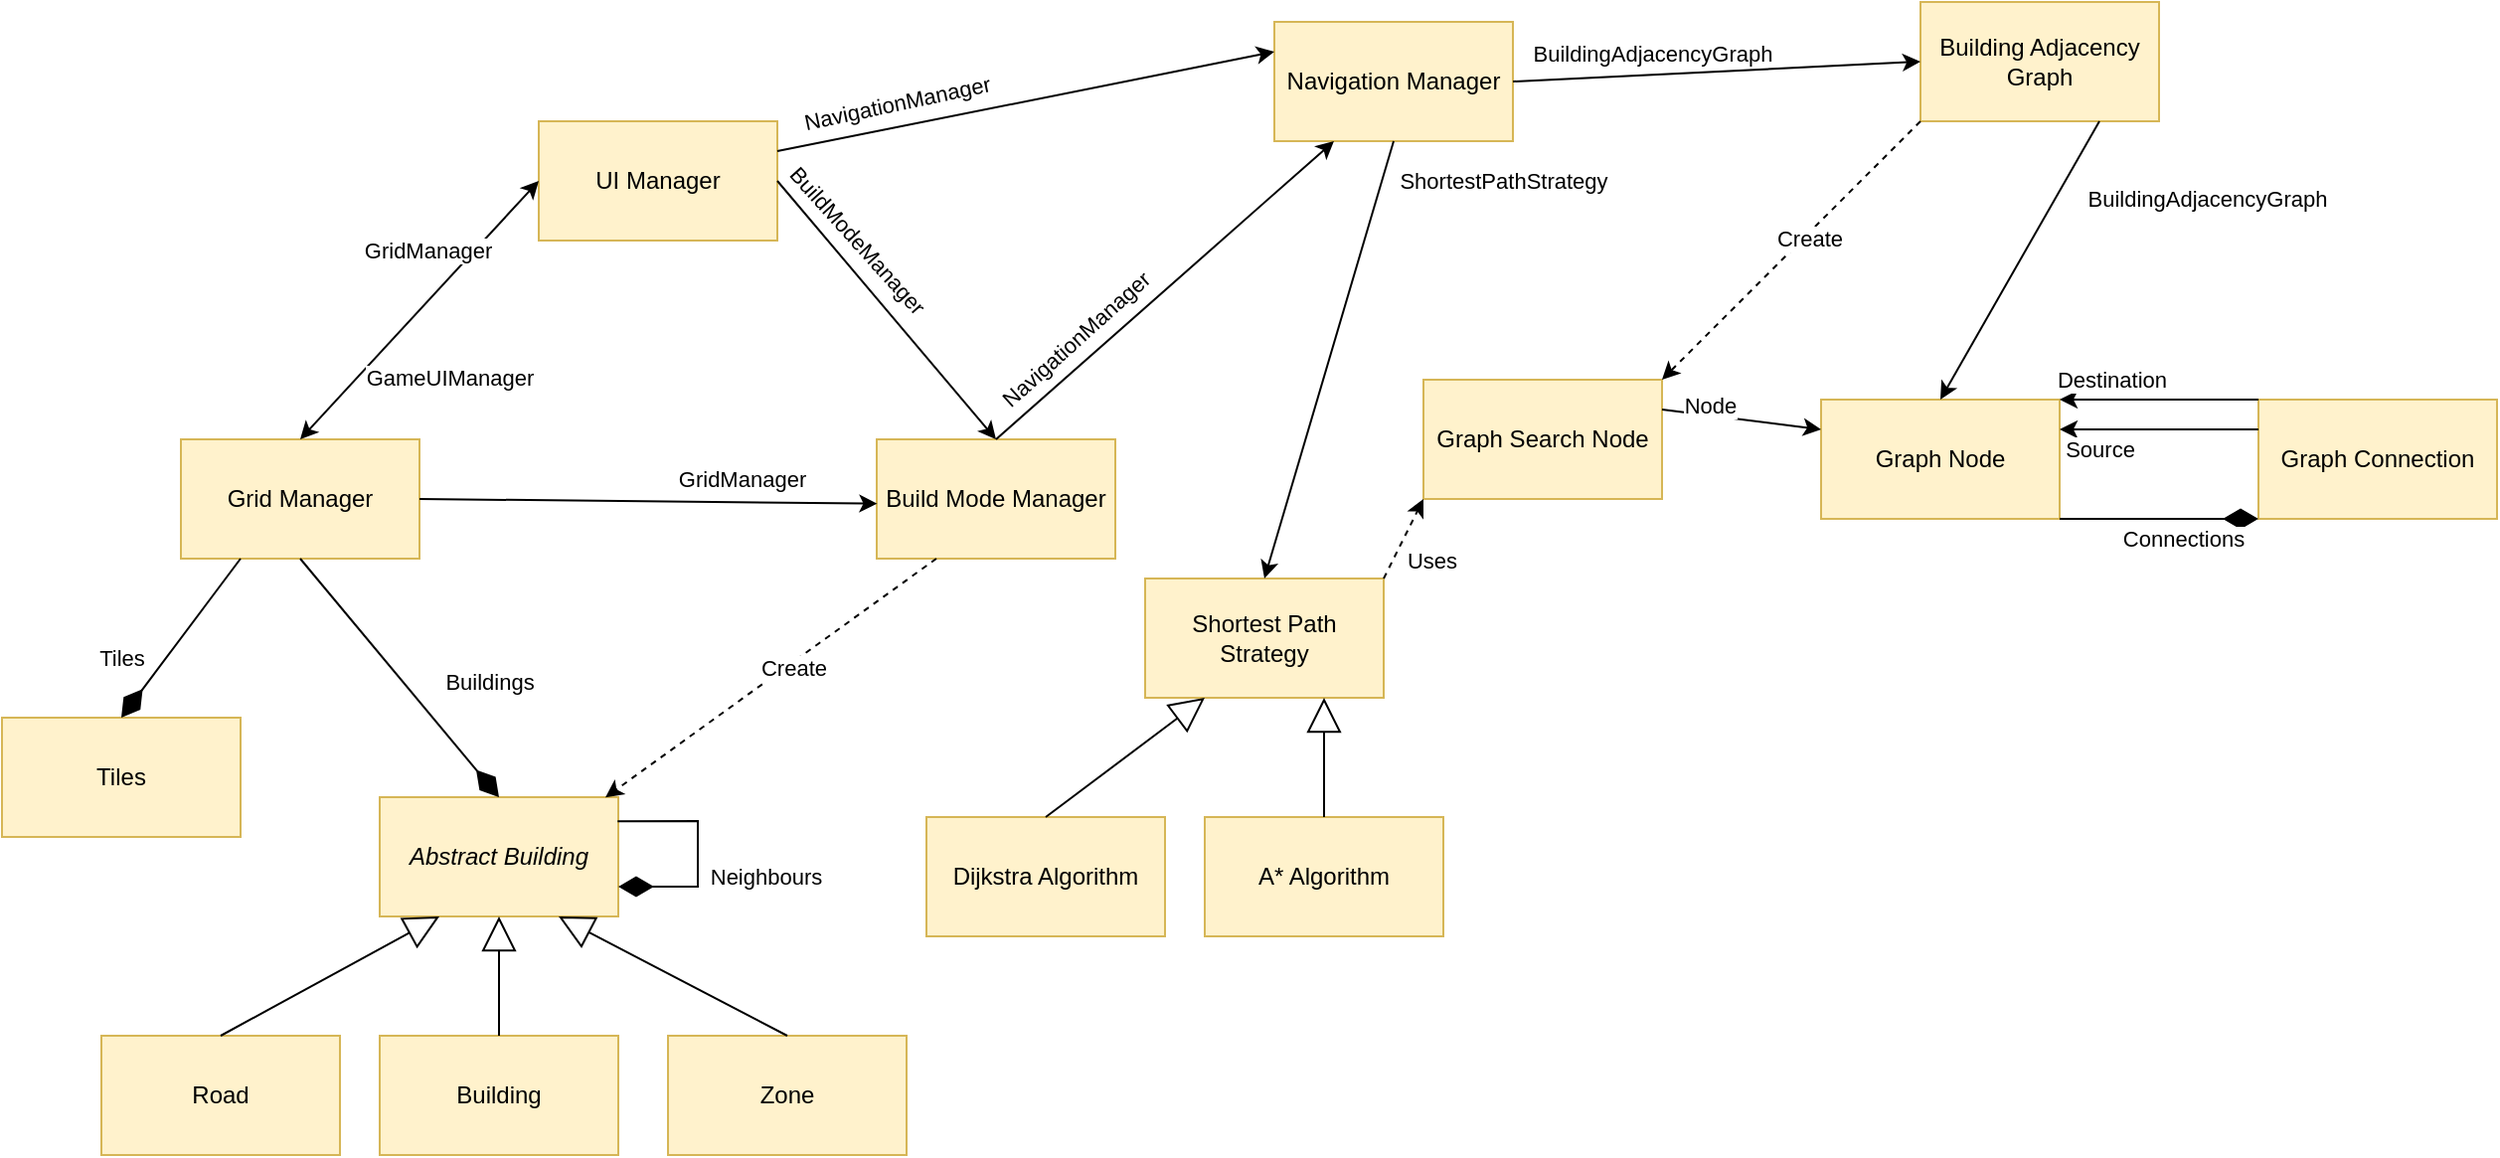
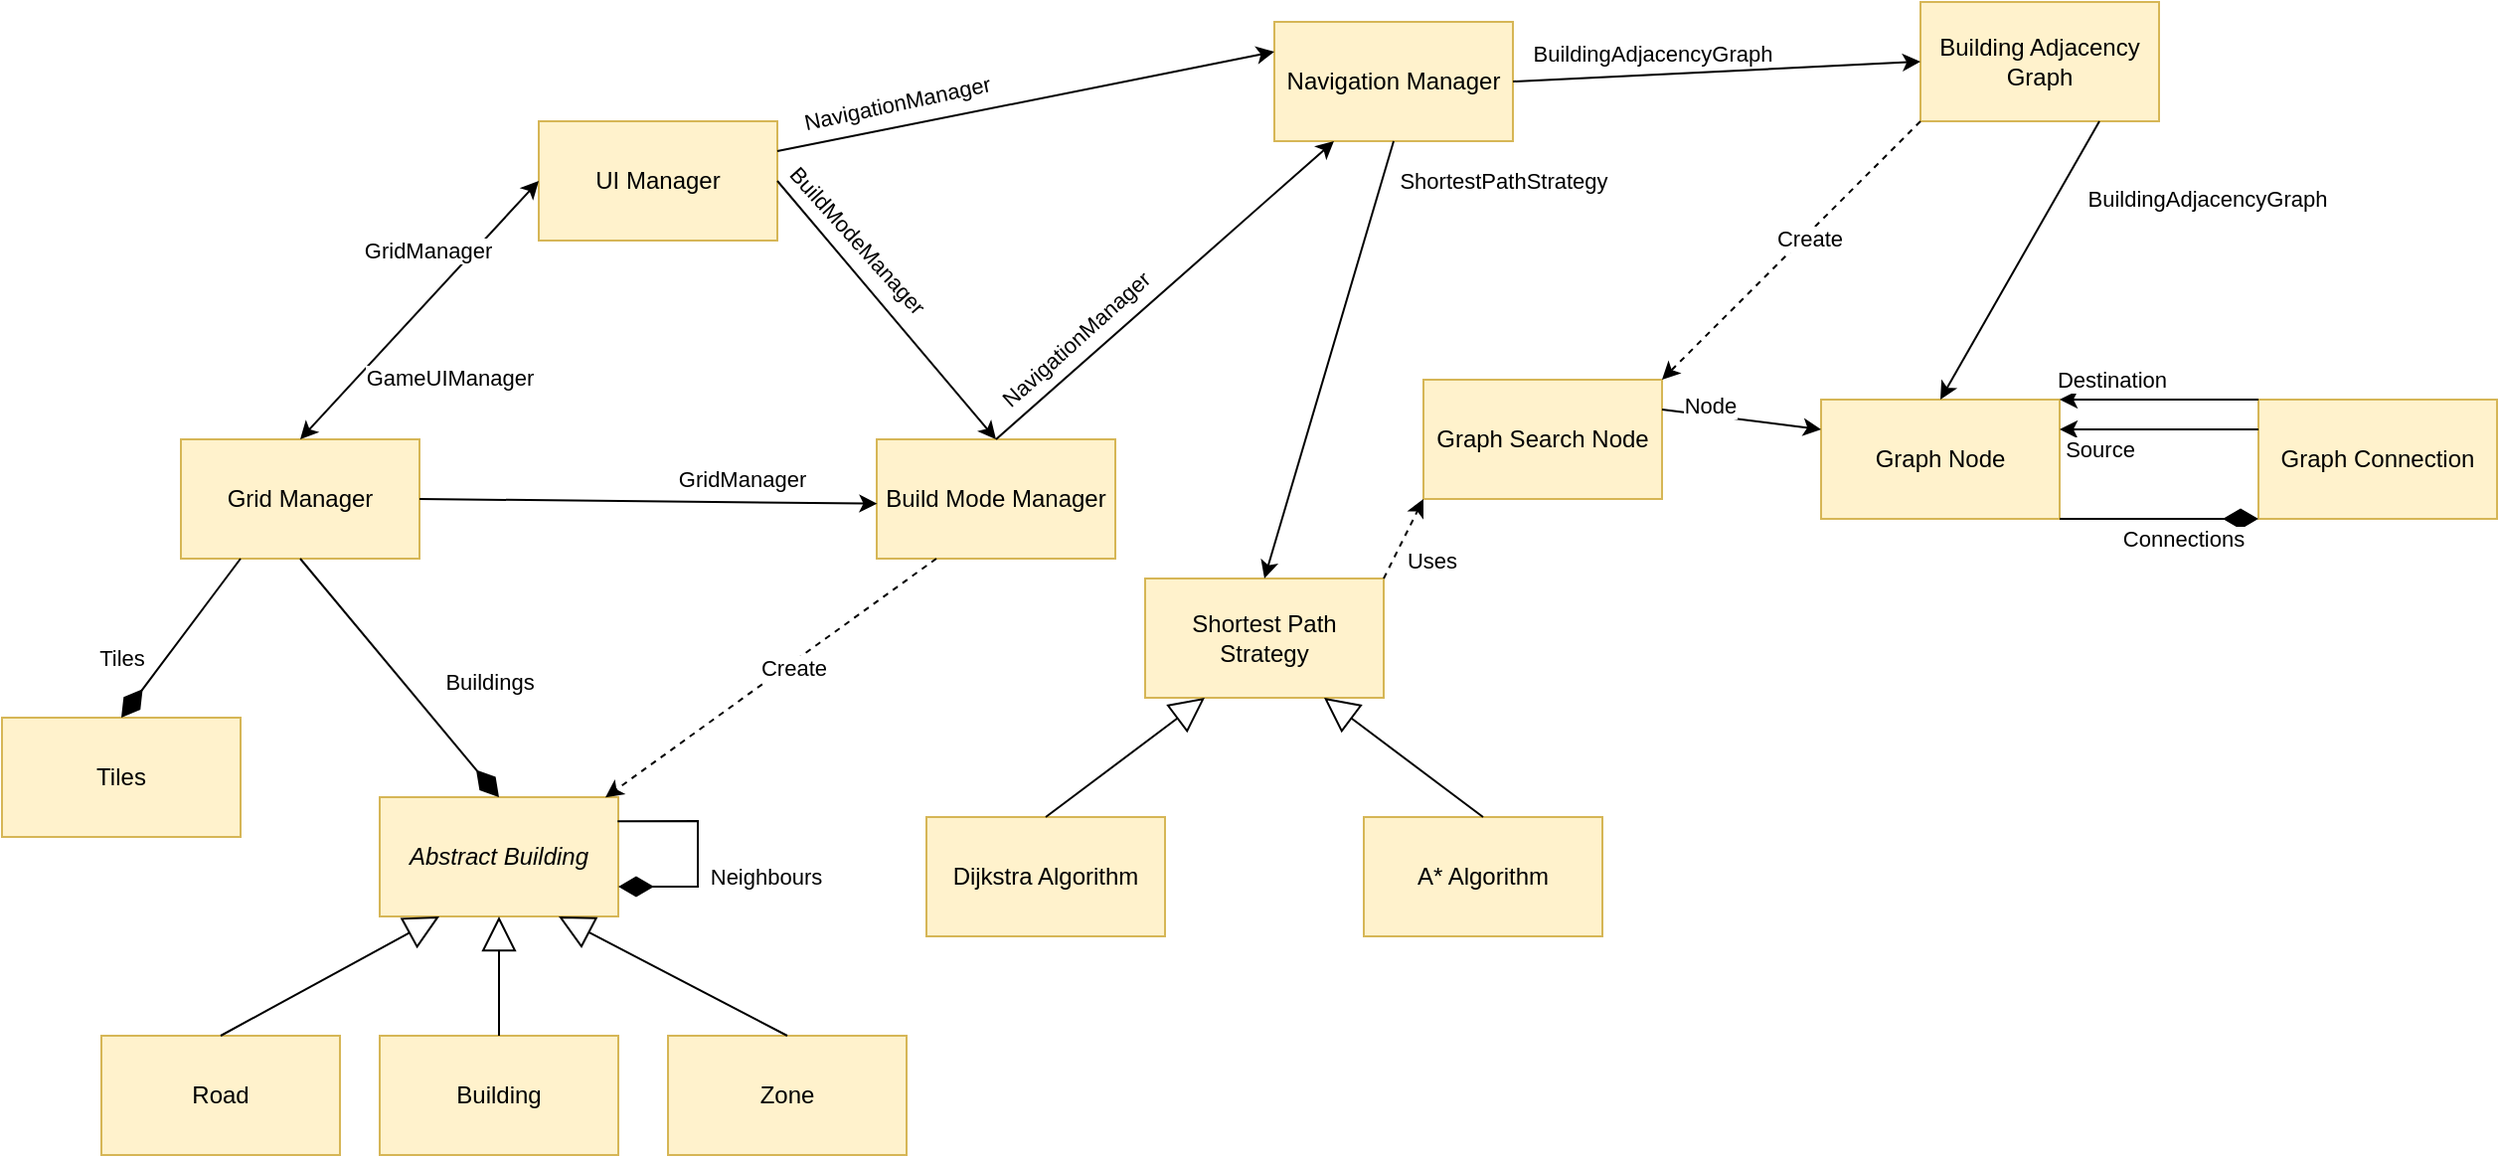
- <mxfile host="app.diagrams.net" modified="2024-05-10T14:36:00.893Z" agent="Mozilla/5.0 (Windows NT 10.0; Win64; x64) AppleWebKit/537.36 (KHTML, like Gecko) Chrome/123.0.0.0 Safari/537.36 OPR/109.0.0.0" etag="0hWiHBMKWaVh41tlTlec" version="24.3.1" type="device">
+ <mxfile host="app.diagrams.net" modified="2024-05-10T14:37:39.729Z" agent="Mozilla/5.0 (Windows NT 10.0; Win64; x64) AppleWebKit/537.36 (KHTML, like Gecko) Chrome/123.0.0.0 Safari/537.36 OPR/109.0.0.0" etag="TKkF41Wjh-Ac3gvwfyq9" version="24.3.1" type="device">
  <diagram name="Page-1" id="Mxg7_Pn0SVhMr7VX-MhE">
    <mxGraphModel dx="1368" dy="720" grid="1" gridSize="10" guides="1" tooltips="1" connect="1" arrows="1" fold="1" page="1" pageScale="1" pageWidth="850" pageHeight="1100" math="0" shadow="0">
      <root>
        <mxCell id="0" />
        <mxCell id="1" parent="0" />
        <mxCell id="WQk2sCyEjwATLZYoVRAY-1" value="Grid Manager" style="rounded=0;whiteSpace=wrap;html=1;fillColor=#fff2cc;strokeColor=#d6b656;" parent="1" vertex="1">
          <mxGeometry x="105" y="370" width="120" height="60" as="geometry" />
        </mxCell>
        <mxCell id="WQk2sCyEjwATLZYoVRAY-2" value="UI Manager" style="rounded=0;whiteSpace=wrap;html=1;fillColor=#fff2cc;strokeColor=#d6b656;" parent="1" vertex="1">
          <mxGeometry x="285" y="210" width="120" height="60" as="geometry" />
        </mxCell>
        <mxCell id="WQk2sCyEjwATLZYoVRAY-3" value="Build Mode Manager" style="rounded=0;whiteSpace=wrap;html=1;fillColor=#fff2cc;strokeColor=#d6b656;" parent="1" vertex="1">
          <mxGeometry x="455" y="370" width="120" height="60" as="geometry" />
        </mxCell>
        <mxCell id="WQk2sCyEjwATLZYoVRAY-7" value="Tiles" style="rounded=0;whiteSpace=wrap;html=1;fillColor=#fff2cc;strokeColor=#d6b656;" parent="1" vertex="1">
          <mxGeometry x="15" y="510" width="120" height="60" as="geometry" />
        </mxCell>
        <mxCell id="WQk2sCyEjwATLZYoVRAY-8" value="" style="endArrow=diamondThin;html=1;rounded=0;exitX=0.25;exitY=1;exitDx=0;exitDy=0;entryX=0.5;entryY=0;entryDx=0;entryDy=0;endFill=1;endSize=15;" parent="1" source="WQk2sCyEjwATLZYoVRAY-1" target="WQk2sCyEjwATLZYoVRAY-7" edge="1">
          <mxGeometry width="50" height="50" relative="1" as="geometry">
            <mxPoint x="275" y="420" as="sourcePoint" />
            <mxPoint x="325" y="370" as="targetPoint" />
          </mxGeometry>
        </mxCell>
        <mxCell id="b7N8K-IMO6jsdH-R55s1-48" value="Tiles" style="edgeLabel;html=1;align=center;verticalAlign=middle;resizable=0;points=[];" vertex="1" connectable="0" parent="WQk2sCyEjwATLZYoVRAY-8">
          <mxGeometry x="-0.2627" y="-3" relative="1" as="geometry">
            <mxPoint x="-36" y="22" as="offset" />
          </mxGeometry>
        </mxCell>
        <mxCell id="WQk2sCyEjwATLZYoVRAY-20" value="&lt;i&gt;Abstract Building&lt;/i&gt;" style="rounded=0;whiteSpace=wrap;html=1;fillColor=#fff2cc;strokeColor=#d6b656;" parent="1" vertex="1">
          <mxGeometry x="205" y="550" width="120" height="60" as="geometry" />
        </mxCell>
        <mxCell id="WQk2sCyEjwATLZYoVRAY-23" value="Road" style="rounded=0;whiteSpace=wrap;html=1;fillColor=#fff2cc;strokeColor=#d6b656;" parent="1" vertex="1">
          <mxGeometry x="65" y="670" width="120" height="60" as="geometry" />
        </mxCell>
        <mxCell id="WQk2sCyEjwATLZYoVRAY-24" value="Building" style="rounded=0;whiteSpace=wrap;html=1;fillColor=#fff2cc;strokeColor=#d6b656;" parent="1" vertex="1">
          <mxGeometry x="205" y="670" width="120" height="60" as="geometry" />
        </mxCell>
        <mxCell id="WQk2sCyEjwATLZYoVRAY-25" value="Zone" style="rounded=0;whiteSpace=wrap;html=1;fillColor=#fff2cc;strokeColor=#d6b656;" parent="1" vertex="1">
          <mxGeometry x="350" y="670" width="120" height="60" as="geometry" />
        </mxCell>
        <mxCell id="WQk2sCyEjwATLZYoVRAY-29" value="" style="endArrow=none;html=1;rounded=0;exitX=0.25;exitY=1;exitDx=0;exitDy=0;entryX=0.5;entryY=0;entryDx=0;entryDy=0;endFill=0;startArrow=block;startFill=0;endSize=15;startSize=15;" parent="1" source="WQk2sCyEjwATLZYoVRAY-20" target="WQk2sCyEjwATLZYoVRAY-23" edge="1">
          <mxGeometry width="50" height="50" relative="1" as="geometry">
            <mxPoint x="305" y="830" as="sourcePoint" />
            <mxPoint x="355" y="780" as="targetPoint" />
          </mxGeometry>
        </mxCell>
        <mxCell id="WQk2sCyEjwATLZYoVRAY-30" value="" style="endArrow=none;html=1;rounded=0;exitX=0.5;exitY=1;exitDx=0;exitDy=0;entryX=0.5;entryY=0;entryDx=0;entryDy=0;startArrow=block;startFill=0;endFill=0;endSize=15;startSize=15;" parent="1" source="WQk2sCyEjwATLZYoVRAY-20" target="WQk2sCyEjwATLZYoVRAY-24" edge="1">
          <mxGeometry width="50" height="50" relative="1" as="geometry">
            <mxPoint x="425" y="680" as="sourcePoint" />
            <mxPoint x="245" y="710" as="targetPoint" />
          </mxGeometry>
        </mxCell>
        <mxCell id="WQk2sCyEjwATLZYoVRAY-31" value="" style="endArrow=none;html=1;rounded=0;exitX=0.75;exitY=1;exitDx=0;exitDy=0;entryX=0.5;entryY=0;entryDx=0;entryDy=0;startArrow=block;startFill=0;endFill=0;endSize=15;startSize=15;" parent="1" source="WQk2sCyEjwATLZYoVRAY-20" target="WQk2sCyEjwATLZYoVRAY-25" edge="1">
          <mxGeometry width="50" height="50" relative="1" as="geometry">
            <mxPoint x="375" y="830" as="sourcePoint" />
            <mxPoint x="425" y="780" as="targetPoint" />
          </mxGeometry>
        </mxCell>
        <mxCell id="b7N8K-IMO6jsdH-R55s1-10" value="" style="endArrow=diamondThin;html=1;rounded=0;exitX=0.5;exitY=1;exitDx=0;exitDy=0;entryX=0.5;entryY=0;entryDx=0;entryDy=0;endFill=1;startSize=23;endSize=15;" edge="1" parent="1" source="WQk2sCyEjwATLZYoVRAY-1" target="WQk2sCyEjwATLZYoVRAY-20">
          <mxGeometry width="50" height="50" relative="1" as="geometry">
            <mxPoint x="205" y="510" as="sourcePoint" />
            <mxPoint x="255" y="460" as="targetPoint" />
          </mxGeometry>
        </mxCell>
        <mxCell id="b7N8K-IMO6jsdH-R55s1-11" value="&lt;span style=&quot;color: rgba(0, 0, 0, 0); font-family: monospace; font-size: 0px; text-align: start; background-color: rgb(251, 251, 251);&quot;&gt;%3CmxGraphModel%3E%3Croot%3E%3CmxCell%20id%3D%220%22%2F%3E%3CmxCell%20id%3D%221%22%20parent%3D%220%22%2F%3E%3CmxCell%20id%3D%222%22%20value%3D%22Stores%22%20style%3D%22edgeLabel%3Bhtml%3D1%3Balign%3Dcenter%3BverticalAlign%3Dmiddle%3Bresizable%3D0%3Bpoints%3D%5B%5D%3B%22%20vertex%3D%221%22%20connectable%3D%220%22%20parent%3D%221%22%3E%3CmxGeometry%20x%3D%2241.54648858596329%22%20y%3D%22283.6299650990096%22%20as%3D%22geometry%22%2F%3E%3C%2FmxCell%3E%3C%2Froot%3E%3C%2FmxGraphModel%3E&lt;/span&gt;&lt;span style=&quot;color: rgba(0, 0, 0, 0); font-family: monospace; font-size: 0px; text-align: start; background-color: rgb(251, 251, 251);&quot;&gt;%3CmxGraphModel%3E%3Croot%3E%3CmxCell%20id%3D%220%22%2F%3E%3CmxCell%20id%3D%221%22%20parent%3D%220%22%2F%3E%3CmxCell%20id%3D%222%22%20value%3D%22Stores%22%20style%3D%22edgeLabel%3Bhtml%3D1%3Balign%3Dcenter%3BverticalAlign%3Dmiddle%3Bresizable%3D0%3Bpoints%3D%5B%5D%3B%22%20vertex%3D%221%22%20connectable%3D%220%22%20parent%3D%221%22%3E%3CmxGeometry%20x%3D%2241.54648858596329%22%20y%3D%22283.6299650990096%22%20as%3D%22geometry%22%2F%3E%3C%2FmxCell%3E%3C%2Froot%3E%3C%2FmxGraphModel%3ES&lt;/span&gt;" style="edgeLabel;html=1;align=center;verticalAlign=middle;resizable=0;points=[];" vertex="1" connectable="0" parent="b7N8K-IMO6jsdH-R55s1-10">
          <mxGeometry x="-0.1154" y="2" relative="1" as="geometry">
            <mxPoint as="offset" />
          </mxGeometry>
        </mxCell>
        <mxCell id="b7N8K-IMO6jsdH-R55s1-12" value="Buildings" style="edgeLabel;html=1;align=center;verticalAlign=middle;resizable=0;points=[];" vertex="1" connectable="0" parent="b7N8K-IMO6jsdH-R55s1-10">
          <mxGeometry x="-0.1208" y="2" relative="1" as="geometry">
            <mxPoint x="49" y="10" as="offset" />
          </mxGeometry>
        </mxCell>
        <mxCell id="b7N8K-IMO6jsdH-R55s1-13" value="Navigation Manager" style="rounded=0;whiteSpace=wrap;html=1;fillColor=#fff2cc;strokeColor=#d6b656;" vertex="1" parent="1">
          <mxGeometry x="655" y="160" width="120" height="60" as="geometry" />
        </mxCell>
        <mxCell id="b7N8K-IMO6jsdH-R55s1-14" value="Shortest Path Strategy" style="rounded=0;whiteSpace=wrap;html=1;fillColor=#fff2cc;strokeColor=#d6b656;" vertex="1" parent="1">
          <mxGeometry x="590" y="440" width="120" height="60" as="geometry" />
        </mxCell>
        <mxCell id="b7N8K-IMO6jsdH-R55s1-19" value="" style="endArrow=classic;html=1;rounded=0;exitX=0.25;exitY=1;exitDx=0;exitDy=0;entryX=0.946;entryY=0.002;entryDx=0;entryDy=0;entryPerimeter=0;dashed=1;" edge="1" parent="1" source="WQk2sCyEjwATLZYoVRAY-3" target="WQk2sCyEjwATLZYoVRAY-20">
          <mxGeometry width="50" height="50" relative="1" as="geometry">
            <mxPoint x="25" y="390" as="sourcePoint" />
            <mxPoint x="155" y="620" as="targetPoint" />
          </mxGeometry>
        </mxCell>
        <mxCell id="b7N8K-IMO6jsdH-R55s1-20" value="&lt;span style=&quot;color: rgba(0, 0, 0, 0); font-family: monospace; font-size: 0px; text-align: start; background-color: rgb(251, 251, 251);&quot;&gt;%3CmxGraphModel%3E%3Croot%3E%3CmxCell%20id%3D%220%22%2F%3E%3CmxCell%20id%3D%221%22%20parent%3D%220%22%2F%3E%3CmxCell%20id%3D%222%22%20value%3D%22Stores%22%20style%3D%22edgeLabel%3Bhtml%3D1%3Balign%3Dcenter%3BverticalAlign%3Dmiddle%3Bresizable%3D0%3Bpoints%3D%5B%5D%3B%22%20vertex%3D%221%22%20connectable%3D%220%22%20parent%3D%221%22%3E%3CmxGeometry%20x%3D%2241.54648858596329%22%20y%3D%22283.6299650990096%22%20as%3D%22geometry%22%2F%3E%3C%2FmxCell%3E%3C%2Froot%3E%3C%2FmxGraphModel%3E&lt;/span&gt;&lt;span style=&quot;color: rgba(0, 0, 0, 0); font-family: monospace; font-size: 0px; text-align: start; background-color: rgb(251, 251, 251);&quot;&gt;%3CmxGraphModel%3E%3Croot%3E%3CmxCell%20id%3D%220%22%2F%3E%3CmxCell%20id%3D%221%22%20parent%3D%220%22%2F%3E%3CmxCell%20id%3D%222%22%20value%3D%22Stores%22%20style%3D%22edgeLabel%3Bhtml%3D1%3Balign%3Dcenter%3BverticalAlign%3Dmiddle%3Bresizable%3D0%3Bpoints%3D%5B%5D%3B%22%20vertex%3D%221%22%20connectable%3D%220%22%20parent%3D%221%22%3E%3CmxGeometry%20x%3D%2241.54648858596329%22%20y%3D%22283.6299650990096%22%20as%3D%22geometry%22%2F%3E%3C%2FmxCell%3E%3C%2Froot%3E%3C%2FmxGraphModel%3ES&lt;/span&gt;" style="edgeLabel;html=1;align=center;verticalAlign=middle;resizable=0;points=[];" vertex="1" connectable="0" parent="b7N8K-IMO6jsdH-R55s1-19">
          <mxGeometry x="-0.1154" y="2" relative="1" as="geometry">
            <mxPoint as="offset" />
          </mxGeometry>
        </mxCell>
        <mxCell id="b7N8K-IMO6jsdH-R55s1-21" value="Create" style="edgeLabel;html=1;align=center;verticalAlign=middle;resizable=0;points=[];" vertex="1" connectable="0" parent="b7N8K-IMO6jsdH-R55s1-19">
          <mxGeometry x="-0.1208" y="2" relative="1" as="geometry">
            <mxPoint as="offset" />
          </mxGeometry>
        </mxCell>
        <mxCell id="b7N8K-IMO6jsdH-R55s1-22" value="" style="endArrow=classic;html=1;rounded=0;exitX=0.5;exitY=0;exitDx=0;exitDy=0;entryX=0;entryY=0.5;entryDx=0;entryDy=0;startArrow=classic;startFill=1;" edge="1" parent="1" source="WQk2sCyEjwATLZYoVRAY-1" target="WQk2sCyEjwATLZYoVRAY-2">
          <mxGeometry width="50" height="50" relative="1" as="geometry">
            <mxPoint x="25" y="390" as="sourcePoint" />
            <mxPoint x="155" y="620" as="targetPoint" />
          </mxGeometry>
        </mxCell>
        <mxCell id="b7N8K-IMO6jsdH-R55s1-23" value="&lt;span style=&quot;color: rgba(0, 0, 0, 0); font-family: monospace; font-size: 0px; text-align: start; background-color: rgb(251, 251, 251);&quot;&gt;%3CmxGraphModel%3E%3Croot%3E%3CmxCell%20id%3D%220%22%2F%3E%3CmxCell%20id%3D%221%22%20parent%3D%220%22%2F%3E%3CmxCell%20id%3D%222%22%20value%3D%22Stores%22%20style%3D%22edgeLabel%3Bhtml%3D1%3Balign%3Dcenter%3BverticalAlign%3Dmiddle%3Bresizable%3D0%3Bpoints%3D%5B%5D%3B%22%20vertex%3D%221%22%20connectable%3D%220%22%20parent%3D%221%22%3E%3CmxGeometry%20x%3D%2241.54648858596329%22%20y%3D%22283.6299650990096%22%20as%3D%22geometry%22%2F%3E%3C%2FmxCell%3E%3C%2Froot%3E%3C%2FmxGraphModel%3E&lt;/span&gt;&lt;span style=&quot;color: rgba(0, 0, 0, 0); font-family: monospace; font-size: 0px; text-align: start; background-color: rgb(251, 251, 251);&quot;&gt;%3CmxGraphModel%3E%3Croot%3E%3CmxCell%20id%3D%220%22%2F%3E%3CmxCell%20id%3D%221%22%20parent%3D%220%22%2F%3E%3CmxCell%20id%3D%222%22%20value%3D%22Stores%22%20style%3D%22edgeLabel%3Bhtml%3D1%3Balign%3Dcenter%3BverticalAlign%3Dmiddle%3Bresizable%3D0%3Bpoints%3D%5B%5D%3B%22%20vertex%3D%221%22%20connectable%3D%220%22%20parent%3D%221%22%3E%3CmxGeometry%20x%3D%2241.54648858596329%22%20y%3D%22283.6299650990096%22%20as%3D%22geometry%22%2F%3E%3C%2FmxCell%3E%3C%2Froot%3E%3C%2FmxGraphModel%3ES&lt;/span&gt;" style="edgeLabel;html=1;align=center;verticalAlign=middle;resizable=0;points=[];" vertex="1" connectable="0" parent="b7N8K-IMO6jsdH-R55s1-22">
          <mxGeometry x="-0.1154" y="2" relative="1" as="geometry">
            <mxPoint as="offset" />
          </mxGeometry>
        </mxCell>
        <mxCell id="b7N8K-IMO6jsdH-R55s1-24" value="GameUIManager" style="edgeLabel;html=1;align=center;verticalAlign=middle;resizable=0;points=[];" vertex="1" connectable="0" parent="b7N8K-IMO6jsdH-R55s1-22">
          <mxGeometry x="-0.1208" y="2" relative="1" as="geometry">
            <mxPoint x="23" y="27" as="offset" />
          </mxGeometry>
        </mxCell>
        <mxCell id="b7N8K-IMO6jsdH-R55s1-49" value="GridManager" style="edgeLabel;html=1;align=center;verticalAlign=middle;resizable=0;points=[];" vertex="1" connectable="0" parent="b7N8K-IMO6jsdH-R55s1-22">
          <mxGeometry x="-0.3953" y="-3" relative="1" as="geometry">
            <mxPoint x="25" y="-58" as="offset" />
          </mxGeometry>
        </mxCell>
        <mxCell id="b7N8K-IMO6jsdH-R55s1-25" value="" style="endArrow=classic;html=1;rounded=0;startArrow=none;startFill=0;entryX=0.002;entryY=0.539;entryDx=0;entryDy=0;exitX=1;exitY=0.5;exitDx=0;exitDy=0;entryPerimeter=0;" edge="1" parent="1" source="WQk2sCyEjwATLZYoVRAY-1" target="WQk2sCyEjwATLZYoVRAY-3">
          <mxGeometry width="50" height="50" relative="1" as="geometry">
            <mxPoint x="205" y="350" as="sourcePoint" />
            <mxPoint x="435" y="380" as="targetPoint" />
          </mxGeometry>
        </mxCell>
        <mxCell id="b7N8K-IMO6jsdH-R55s1-26" value="&lt;span style=&quot;color: rgba(0, 0, 0, 0); font-family: monospace; font-size: 0px; text-align: start; background-color: rgb(251, 251, 251);&quot;&gt;%3CmxGraphModel%3E%3Croot%3E%3CmxCell%20id%3D%220%22%2F%3E%3CmxCell%20id%3D%221%22%20parent%3D%220%22%2F%3E%3CmxCell%20id%3D%222%22%20value%3D%22Stores%22%20style%3D%22edgeLabel%3Bhtml%3D1%3Balign%3Dcenter%3BverticalAlign%3Dmiddle%3Bresizable%3D0%3Bpoints%3D%5B%5D%3B%22%20vertex%3D%221%22%20connectable%3D%220%22%20parent%3D%221%22%3E%3CmxGeometry%20x%3D%2241.54648858596329%22%20y%3D%22283.6299650990096%22%20as%3D%22geometry%22%2F%3E%3C%2FmxCell%3E%3C%2Froot%3E%3C%2FmxGraphModel%3E&lt;/span&gt;&lt;span style=&quot;color: rgba(0, 0, 0, 0); font-family: monospace; font-size: 0px; text-align: start; background-color: rgb(251, 251, 251);&quot;&gt;%3CmxGraphModel%3E%3Croot%3E%3CmxCell%20id%3D%220%22%2F%3E%3CmxCell%20id%3D%221%22%20parent%3D%220%22%2F%3E%3CmxCell%20id%3D%222%22%20value%3D%22Stores%22%20style%3D%22edgeLabel%3Bhtml%3D1%3Balign%3Dcenter%3BverticalAlign%3Dmiddle%3Bresizable%3D0%3Bpoints%3D%5B%5D%3B%22%20vertex%3D%221%22%20connectable%3D%220%22%20parent%3D%221%22%3E%3CmxGeometry%20x%3D%2241.54648858596329%22%20y%3D%22283.6299650990096%22%20as%3D%22geometry%22%2F%3E%3C%2FmxCell%3E%3C%2Froot%3E%3C%2FmxGraphModel%3ES&lt;/span&gt;" style="edgeLabel;html=1;align=center;verticalAlign=middle;resizable=0;points=[];" vertex="1" connectable="0" parent="b7N8K-IMO6jsdH-R55s1-25">
          <mxGeometry x="-0.1154" y="2" relative="1" as="geometry">
            <mxPoint as="offset" />
          </mxGeometry>
        </mxCell>
        <mxCell id="b7N8K-IMO6jsdH-R55s1-27" value="GridManager" style="edgeLabel;html=1;align=center;verticalAlign=middle;resizable=0;points=[];" vertex="1" connectable="0" parent="b7N8K-IMO6jsdH-R55s1-25">
          <mxGeometry x="-0.1208" y="2" relative="1" as="geometry">
            <mxPoint x="61" y="-9" as="offset" />
          </mxGeometry>
        </mxCell>
        <mxCell id="b7N8K-IMO6jsdH-R55s1-31" value="" style="endArrow=classic;html=1;rounded=0;exitX=1;exitY=0.5;exitDx=0;exitDy=0;entryX=0.5;entryY=0;entryDx=0;entryDy=0;" edge="1" parent="1" source="WQk2sCyEjwATLZYoVRAY-2" target="WQk2sCyEjwATLZYoVRAY-3">
          <mxGeometry width="50" height="50" relative="1" as="geometry">
            <mxPoint x="345" y="385" as="sourcePoint" />
            <mxPoint x="585" y="275" as="targetPoint" />
          </mxGeometry>
        </mxCell>
        <mxCell id="b7N8K-IMO6jsdH-R55s1-32" value="&lt;span style=&quot;color: rgba(0, 0, 0, 0); font-family: monospace; font-size: 0px; text-align: start; background-color: rgb(251, 251, 251);&quot;&gt;%3CmxGraphModel%3E%3Croot%3E%3CmxCell%20id%3D%220%22%2F%3E%3CmxCell%20id%3D%221%22%20parent%3D%220%22%2F%3E%3CmxCell%20id%3D%222%22%20value%3D%22Stores%22%20style%3D%22edgeLabel%3Bhtml%3D1%3Balign%3Dcenter%3BverticalAlign%3Dmiddle%3Bresizable%3D0%3Bpoints%3D%5B%5D%3B%22%20vertex%3D%221%22%20connectable%3D%220%22%20parent%3D%221%22%3E%3CmxGeometry%20x%3D%2241.54648858596329%22%20y%3D%22283.6299650990096%22%20as%3D%22geometry%22%2F%3E%3C%2FmxCell%3E%3C%2Froot%3E%3C%2FmxGraphModel%3E&lt;/span&gt;&lt;span style=&quot;color: rgba(0, 0, 0, 0); font-family: monospace; font-size: 0px; text-align: start; background-color: rgb(251, 251, 251);&quot;&gt;%3CmxGraphModel%3E%3Croot%3E%3CmxCell%20id%3D%220%22%2F%3E%3CmxCell%20id%3D%221%22%20parent%3D%220%22%2F%3E%3CmxCell%20id%3D%222%22%20value%3D%22Stores%22%20style%3D%22edgeLabel%3Bhtml%3D1%3Balign%3Dcenter%3BverticalAlign%3Dmiddle%3Bresizable%3D0%3Bpoints%3D%5B%5D%3B%22%20vertex%3D%221%22%20connectable%3D%220%22%20parent%3D%221%22%3E%3CmxGeometry%20x%3D%2241.54648858596329%22%20y%3D%22283.6299650990096%22%20as%3D%22geometry%22%2F%3E%3C%2FmxCell%3E%3C%2Froot%3E%3C%2FmxGraphModel%3ES&lt;/span&gt;" style="edgeLabel;html=1;align=center;verticalAlign=middle;resizable=0;points=[];" vertex="1" connectable="0" parent="b7N8K-IMO6jsdH-R55s1-31">
          <mxGeometry x="-0.1154" y="2" relative="1" as="geometry">
            <mxPoint as="offset" />
          </mxGeometry>
        </mxCell>
        <mxCell id="b7N8K-IMO6jsdH-R55s1-52" value="BuildModeManager" style="edgeLabel;html=1;align=center;verticalAlign=middle;resizable=0;points=[];rotation=48;" vertex="1" connectable="0" parent="b7N8K-IMO6jsdH-R55s1-31">
          <mxGeometry x="-0.5992" y="2" relative="1" as="geometry">
            <mxPoint x="17" y="5" as="offset" />
          </mxGeometry>
        </mxCell>
        <mxCell id="b7N8K-IMO6jsdH-R55s1-35" value="" style="endArrow=classic;html=1;rounded=0;exitX=1;exitY=0.25;exitDx=0;exitDy=0;entryX=0;entryY=0.25;entryDx=0;entryDy=0;" edge="1" parent="1" source="WQk2sCyEjwATLZYoVRAY-2" target="b7N8K-IMO6jsdH-R55s1-13">
          <mxGeometry width="50" height="50" relative="1" as="geometry">
            <mxPoint x="285" y="270" as="sourcePoint" />
            <mxPoint x="525" y="160" as="targetPoint" />
          </mxGeometry>
        </mxCell>
        <mxCell id="b7N8K-IMO6jsdH-R55s1-36" value="&lt;span style=&quot;color: rgba(0, 0, 0, 0); font-family: monospace; font-size: 0px; text-align: start; background-color: rgb(251, 251, 251);&quot;&gt;%3CmxGraphModel%3E%3Croot%3E%3CmxCell%20id%3D%220%22%2F%3E%3CmxCell%20id%3D%221%22%20parent%3D%220%22%2F%3E%3CmxCell%20id%3D%222%22%20value%3D%22Stores%22%20style%3D%22edgeLabel%3Bhtml%3D1%3Balign%3Dcenter%3BverticalAlign%3Dmiddle%3Bresizable%3D0%3Bpoints%3D%5B%5D%3B%22%20vertex%3D%221%22%20connectable%3D%220%22%20parent%3D%221%22%3E%3CmxGeometry%20x%3D%2241.54648858596329%22%20y%3D%22283.6299650990096%22%20as%3D%22geometry%22%2F%3E%3C%2FmxCell%3E%3C%2Froot%3E%3C%2FmxGraphModel%3E&lt;/span&gt;&lt;span style=&quot;color: rgba(0, 0, 0, 0); font-family: monospace; font-size: 0px; text-align: start; background-color: rgb(251, 251, 251);&quot;&gt;%3CmxGraphModel%3E%3Croot%3E%3CmxCell%20id%3D%220%22%2F%3E%3CmxCell%20id%3D%221%22%20parent%3D%220%22%2F%3E%3CmxCell%20id%3D%222%22%20value%3D%22Stores%22%20style%3D%22edgeLabel%3Bhtml%3D1%3Balign%3Dcenter%3BverticalAlign%3Dmiddle%3Bresizable%3D0%3Bpoints%3D%5B%5D%3B%22%20vertex%3D%221%22%20connectable%3D%220%22%20parent%3D%221%22%3E%3CmxGeometry%20x%3D%2241.54648858596329%22%20y%3D%22283.6299650990096%22%20as%3D%22geometry%22%2F%3E%3C%2FmxCell%3E%3C%2Froot%3E%3C%2FmxGraphModel%3ES&lt;/span&gt;" style="edgeLabel;html=1;align=center;verticalAlign=middle;resizable=0;points=[];" vertex="1" connectable="0" parent="b7N8K-IMO6jsdH-R55s1-35">
          <mxGeometry x="-0.1154" y="2" relative="1" as="geometry">
            <mxPoint as="offset" />
          </mxGeometry>
        </mxCell>
        <mxCell id="b7N8K-IMO6jsdH-R55s1-37" value="NavigationManager" style="edgeLabel;html=1;align=center;verticalAlign=middle;resizable=0;points=[];rotation=348;" vertex="1" connectable="0" parent="b7N8K-IMO6jsdH-R55s1-35">
          <mxGeometry x="-0.1208" y="2" relative="1" as="geometry">
            <mxPoint x="-50" as="offset" />
          </mxGeometry>
        </mxCell>
        <mxCell id="b7N8K-IMO6jsdH-R55s1-38" value="" style="endArrow=classic;html=1;rounded=0;exitX=0.5;exitY=0;exitDx=0;exitDy=0;entryX=0.25;entryY=1;entryDx=0;entryDy=0;" edge="1" parent="1" source="WQk2sCyEjwATLZYoVRAY-3" target="b7N8K-IMO6jsdH-R55s1-13">
          <mxGeometry width="50" height="50" relative="1" as="geometry">
            <mxPoint x="415" y="265" as="sourcePoint" />
            <mxPoint x="514" y="360" as="targetPoint" />
          </mxGeometry>
        </mxCell>
        <mxCell id="b7N8K-IMO6jsdH-R55s1-39" value="&lt;span style=&quot;color: rgba(0, 0, 0, 0); font-family: monospace; font-size: 0px; text-align: start; background-color: rgb(251, 251, 251);&quot;&gt;%3CmxGraphModel%3E%3Croot%3E%3CmxCell%20id%3D%220%22%2F%3E%3CmxCell%20id%3D%221%22%20parent%3D%220%22%2F%3E%3CmxCell%20id%3D%222%22%20value%3D%22Stores%22%20style%3D%22edgeLabel%3Bhtml%3D1%3Balign%3Dcenter%3BverticalAlign%3Dmiddle%3Bresizable%3D0%3Bpoints%3D%5B%5D%3B%22%20vertex%3D%221%22%20connectable%3D%220%22%20parent%3D%221%22%3E%3CmxGeometry%20x%3D%2241.54648858596329%22%20y%3D%22283.6299650990096%22%20as%3D%22geometry%22%2F%3E%3C%2FmxCell%3E%3C%2Froot%3E%3C%2FmxGraphModel%3E&lt;/span&gt;&lt;span style=&quot;color: rgba(0, 0, 0, 0); font-family: monospace; font-size: 0px; text-align: start; background-color: rgb(251, 251, 251);&quot;&gt;%3CmxGraphModel%3E%3Croot%3E%3CmxCell%20id%3D%220%22%2F%3E%3CmxCell%20id%3D%221%22%20parent%3D%220%22%2F%3E%3CmxCell%20id%3D%222%22%20value%3D%22Stores%22%20style%3D%22edgeLabel%3Bhtml%3D1%3Balign%3Dcenter%3BverticalAlign%3Dmiddle%3Bresizable%3D0%3Bpoints%3D%5B%5D%3B%22%20vertex%3D%221%22%20connectable%3D%220%22%20parent%3D%221%22%3E%3CmxGeometry%20x%3D%2241.54648858596329%22%20y%3D%22283.6299650990096%22%20as%3D%22geometry%22%2F%3E%3C%2FmxCell%3E%3C%2Froot%3E%3C%2FmxGraphModel%3ES&lt;/span&gt;" style="edgeLabel;html=1;align=center;verticalAlign=middle;resizable=0;points=[];" vertex="1" connectable="0" parent="b7N8K-IMO6jsdH-R55s1-38">
          <mxGeometry x="-0.1154" y="2" relative="1" as="geometry">
            <mxPoint as="offset" />
          </mxGeometry>
        </mxCell>
        <mxCell id="b7N8K-IMO6jsdH-R55s1-54" value="NavigationManager" style="edgeLabel;html=1;align=center;verticalAlign=middle;resizable=0;points=[];rotation=318;" vertex="1" connectable="0" parent="b7N8K-IMO6jsdH-R55s1-38">
          <mxGeometry x="-0.1393" y="-2" relative="1" as="geometry">
            <mxPoint x="-35" y="13" as="offset" />
          </mxGeometry>
        </mxCell>
        <mxCell id="b7N8K-IMO6jsdH-R55s1-45" value="" style="endArrow=diamondThin;html=1;rounded=0;exitX=0.997;exitY=0.203;exitDx=0;exitDy=0;entryX=1;entryY=0.75;entryDx=0;entryDy=0;exitPerimeter=0;endFill=1;endSize=15;" edge="1" parent="1" source="WQk2sCyEjwATLZYoVRAY-20" target="WQk2sCyEjwATLZYoVRAY-20">
          <mxGeometry width="50" height="50" relative="1" as="geometry">
            <mxPoint x="350" y="460" as="sourcePoint" />
            <mxPoint x="440" y="510" as="targetPoint" />
            <Array as="points">
              <mxPoint x="365" y="562" />
              <mxPoint x="365" y="595" />
            </Array>
          </mxGeometry>
        </mxCell>
        <mxCell id="b7N8K-IMO6jsdH-R55s1-46" value="&lt;span style=&quot;color: rgba(0, 0, 0, 0); font-family: monospace; font-size: 0px; text-align: start; background-color: rgb(251, 251, 251);&quot;&gt;%3CmxGraphModel%3E%3Croot%3E%3CmxCell%20id%3D%220%22%2F%3E%3CmxCell%20id%3D%221%22%20parent%3D%220%22%2F%3E%3CmxCell%20id%3D%222%22%20value%3D%22Stores%22%20style%3D%22edgeLabel%3Bhtml%3D1%3Balign%3Dcenter%3BverticalAlign%3Dmiddle%3Bresizable%3D0%3Bpoints%3D%5B%5D%3B%22%20vertex%3D%221%22%20connectable%3D%220%22%20parent%3D%221%22%3E%3CmxGeometry%20x%3D%2241.54648858596329%22%20y%3D%22283.6299650990096%22%20as%3D%22geometry%22%2F%3E%3C%2FmxCell%3E%3C%2Froot%3E%3C%2FmxGraphModel%3E&lt;/span&gt;&lt;span style=&quot;color: rgba(0, 0, 0, 0); font-family: monospace; font-size: 0px; text-align: start; background-color: rgb(251, 251, 251);&quot;&gt;%3CmxGraphModel%3E%3Croot%3E%3CmxCell%20id%3D%220%22%2F%3E%3CmxCell%20id%3D%221%22%20parent%3D%220%22%2F%3E%3CmxCell%20id%3D%222%22%20value%3D%22Stores%22%20style%3D%22edgeLabel%3Bhtml%3D1%3Balign%3Dcenter%3BverticalAlign%3Dmiddle%3Bresizable%3D0%3Bpoints%3D%5B%5D%3B%22%20vertex%3D%221%22%20connectable%3D%220%22%20parent%3D%221%22%3E%3CmxGeometry%20x%3D%2241.54648858596329%22%20y%3D%22283.6299650990096%22%20as%3D%22geometry%22%2F%3E%3C%2FmxCell%3E%3C%2Froot%3E%3C%2FmxGraphModel%3ES&lt;/span&gt;" style="edgeLabel;html=1;align=center;verticalAlign=middle;resizable=0;points=[];" vertex="1" connectable="0" parent="b7N8K-IMO6jsdH-R55s1-45">
          <mxGeometry x="-0.1154" y="2" relative="1" as="geometry">
            <mxPoint as="offset" />
          </mxGeometry>
        </mxCell>
        <mxCell id="b7N8K-IMO6jsdH-R55s1-47" value="Neighbours" style="edgeLabel;html=1;align=center;verticalAlign=middle;resizable=0;points=[];" vertex="1" connectable="0" parent="b7N8K-IMO6jsdH-R55s1-45">
          <mxGeometry x="-0.1208" y="2" relative="1" as="geometry">
            <mxPoint x="32" y="18" as="offset" />
          </mxGeometry>
        </mxCell>
        <mxCell id="b7N8K-IMO6jsdH-R55s1-55" value="" style="endArrow=classic;html=1;rounded=0;exitX=0.5;exitY=1;exitDx=0;exitDy=0;entryX=0.5;entryY=0;entryDx=0;entryDy=0;" edge="1" parent="1" source="b7N8K-IMO6jsdH-R55s1-13" target="b7N8K-IMO6jsdH-R55s1-14">
          <mxGeometry width="50" height="50" relative="1" as="geometry">
            <mxPoint x="525" y="380" as="sourcePoint" />
            <mxPoint x="695" y="230" as="targetPoint" />
          </mxGeometry>
        </mxCell>
        <mxCell id="b7N8K-IMO6jsdH-R55s1-56" value="&lt;span style=&quot;color: rgba(0, 0, 0, 0); font-family: monospace; font-size: 0px; text-align: start; background-color: rgb(251, 251, 251);&quot;&gt;%3CmxGraphModel%3E%3Croot%3E%3CmxCell%20id%3D%220%22%2F%3E%3CmxCell%20id%3D%221%22%20parent%3D%220%22%2F%3E%3CmxCell%20id%3D%222%22%20value%3D%22Stores%22%20style%3D%22edgeLabel%3Bhtml%3D1%3Balign%3Dcenter%3BverticalAlign%3Dmiddle%3Bresizable%3D0%3Bpoints%3D%5B%5D%3B%22%20vertex%3D%221%22%20connectable%3D%220%22%20parent%3D%221%22%3E%3CmxGeometry%20x%3D%2241.54648858596329%22%20y%3D%22283.6299650990096%22%20as%3D%22geometry%22%2F%3E%3C%2FmxCell%3E%3C%2Froot%3E%3C%2FmxGraphModel%3E&lt;/span&gt;&lt;span style=&quot;color: rgba(0, 0, 0, 0); font-family: monospace; font-size: 0px; text-align: start; background-color: rgb(251, 251, 251);&quot;&gt;%3CmxGraphModel%3E%3Croot%3E%3CmxCell%20id%3D%220%22%2F%3E%3CmxCell%20id%3D%221%22%20parent%3D%220%22%2F%3E%3CmxCell%20id%3D%222%22%20value%3D%22Stores%22%20style%3D%22edgeLabel%3Bhtml%3D1%3Balign%3Dcenter%3BverticalAlign%3Dmiddle%3Bresizable%3D0%3Bpoints%3D%5B%5D%3B%22%20vertex%3D%221%22%20connectable%3D%220%22%20parent%3D%221%22%3E%3CmxGeometry%20x%3D%2241.54648858596329%22%20y%3D%22283.6299650990096%22%20as%3D%22geometry%22%2F%3E%3C%2FmxCell%3E%3C%2Froot%3E%3C%2FmxGraphModel%3ES&lt;/span&gt;" style="edgeLabel;html=1;align=center;verticalAlign=middle;resizable=0;points=[];" vertex="1" connectable="0" parent="b7N8K-IMO6jsdH-R55s1-55">
          <mxGeometry x="-0.1154" y="2" relative="1" as="geometry">
            <mxPoint as="offset" />
          </mxGeometry>
        </mxCell>
        <mxCell id="b7N8K-IMO6jsdH-R55s1-57" value="ShortestPathStrategy" style="edgeLabel;html=1;align=center;verticalAlign=middle;resizable=0;points=[];rotation=0;" vertex="1" connectable="0" parent="b7N8K-IMO6jsdH-R55s1-55">
          <mxGeometry x="-0.1393" y="-2" relative="1" as="geometry">
            <mxPoint x="85" y="-74" as="offset" />
          </mxGeometry>
        </mxCell>
        <mxCell id="b7N8K-IMO6jsdH-R55s1-58" value="Dijkstra Algorithm" style="rounded=0;whiteSpace=wrap;html=1;fillColor=#fff2cc;strokeColor=#d6b656;" vertex="1" parent="1">
          <mxGeometry x="480" y="560" width="120" height="60" as="geometry" />
        </mxCell>
        <mxCell id="b7N8K-IMO6jsdH-R55s1-59" value="" style="endArrow=none;html=1;rounded=0;exitX=0.25;exitY=1;exitDx=0;exitDy=0;entryX=0.5;entryY=0;entryDx=0;entryDy=0;startArrow=block;startFill=0;endFill=0;endSize=15;startSize=15;" edge="1" parent="1" source="b7N8K-IMO6jsdH-R55s1-14" target="b7N8K-IMO6jsdH-R55s1-58">
          <mxGeometry width="50" height="50" relative="1" as="geometry">
            <mxPoint x="305" y="620" as="sourcePoint" />
            <mxPoint x="420" y="680" as="targetPoint" />
          </mxGeometry>
        </mxCell>
        <mxCell id="b7N8K-IMO6jsdH-R55s1-60" value="A* Algorithm" style="rounded=0;whiteSpace=wrap;html=1;fillColor=#fff2cc;strokeColor=#d6b656;" vertex="1" parent="1">
-           <mxGeometry x="620" y="560" width="120" height="60" as="geometry" />
+           <mxGeometry x="700" y="560" width="120" height="60" as="geometry" />
        </mxCell>
        <mxCell id="b7N8K-IMO6jsdH-R55s1-61" value="" style="endArrow=none;html=1;rounded=0;exitX=0.75;exitY=1;exitDx=0;exitDy=0;entryX=0.5;entryY=0;entryDx=0;entryDy=0;startArrow=block;startFill=0;endFill=0;endSize=15;startSize=15;" edge="1" parent="1" source="b7N8K-IMO6jsdH-R55s1-14" target="b7N8K-IMO6jsdH-R55s1-60">
          <mxGeometry width="50" height="50" relative="1" as="geometry">
            <mxPoint x="695" y="460" as="sourcePoint" />
            <mxPoint x="675" y="530" as="targetPoint" />
          </mxGeometry>
        </mxCell>
        <mxCell id="b7N8K-IMO6jsdH-R55s1-64" value="Building Adjacency Graph" style="rounded=0;whiteSpace=wrap;html=1;fillColor=#fff2cc;strokeColor=#d6b656;" vertex="1" parent="1">
          <mxGeometry x="980" y="150" width="120" height="60" as="geometry" />
        </mxCell>
        <mxCell id="b7N8K-IMO6jsdH-R55s1-65" value="Graph&amp;nbsp;&lt;span style=&quot;background-color: initial;&quot;&gt;Node&lt;/span&gt;" style="rounded=0;whiteSpace=wrap;html=1;fillColor=#fff2cc;strokeColor=#d6b656;" vertex="1" parent="1">
          <mxGeometry x="930" y="350" width="120" height="60" as="geometry" />
        </mxCell>
        <mxCell id="b7N8K-IMO6jsdH-R55s1-66" value="Graph Search Node" style="rounded=0;whiteSpace=wrap;html=1;fillColor=#fff2cc;strokeColor=#d6b656;" vertex="1" parent="1">
          <mxGeometry x="730" y="340" width="120" height="60" as="geometry" />
        </mxCell>
        <mxCell id="b7N8K-IMO6jsdH-R55s1-67" value="" style="endArrow=classic;html=1;rounded=0;exitX=1;exitY=0.5;exitDx=0;exitDy=0;entryX=0;entryY=0.5;entryDx=0;entryDy=0;" edge="1" parent="1" source="b7N8K-IMO6jsdH-R55s1-13" target="b7N8K-IMO6jsdH-R55s1-64">
          <mxGeometry width="50" height="50" relative="1" as="geometry">
            <mxPoint x="655" y="350" as="sourcePoint" />
            <mxPoint x="825" y="200" as="targetPoint" />
          </mxGeometry>
        </mxCell>
        <mxCell id="b7N8K-IMO6jsdH-R55s1-68" value="&lt;span style=&quot;color: rgba(0, 0, 0, 0); font-family: monospace; font-size: 0px; text-align: start; background-color: rgb(251, 251, 251);&quot;&gt;%3CmxGraphModel%3E%3Croot%3E%3CmxCell%20id%3D%220%22%2F%3E%3CmxCell%20id%3D%221%22%20parent%3D%220%22%2F%3E%3CmxCell%20id%3D%222%22%20value%3D%22Stores%22%20style%3D%22edgeLabel%3Bhtml%3D1%3Balign%3Dcenter%3BverticalAlign%3Dmiddle%3Bresizable%3D0%3Bpoints%3D%5B%5D%3B%22%20vertex%3D%221%22%20connectable%3D%220%22%20parent%3D%221%22%3E%3CmxGeometry%20x%3D%2241.54648858596329%22%20y%3D%22283.6299650990096%22%20as%3D%22geometry%22%2F%3E%3C%2FmxCell%3E%3C%2Froot%3E%3C%2FmxGraphModel%3E&lt;/span&gt;&lt;span style=&quot;color: rgba(0, 0, 0, 0); font-family: monospace; font-size: 0px; text-align: start; background-color: rgb(251, 251, 251);&quot;&gt;%3CmxGraphModel%3E%3Croot%3E%3CmxCell%20id%3D%220%22%2F%3E%3CmxCell%20id%3D%221%22%20parent%3D%220%22%2F%3E%3CmxCell%20id%3D%222%22%20value%3D%22Stores%22%20style%3D%22edgeLabel%3Bhtml%3D1%3Balign%3Dcenter%3BverticalAlign%3Dmiddle%3Bresizable%3D0%3Bpoints%3D%5B%5D%3B%22%20vertex%3D%221%22%20connectable%3D%220%22%20parent%3D%221%22%3E%3CmxGeometry%20x%3D%2241.54648858596329%22%20y%3D%22283.6299650990096%22%20as%3D%22geometry%22%2F%3E%3C%2FmxCell%3E%3C%2Froot%3E%3C%2FmxGraphModel%3ES&lt;/span&gt;" style="edgeLabel;html=1;align=center;verticalAlign=middle;resizable=0;points=[];" vertex="1" connectable="0" parent="b7N8K-IMO6jsdH-R55s1-67">
          <mxGeometry x="-0.1154" y="2" relative="1" as="geometry">
            <mxPoint as="offset" />
          </mxGeometry>
        </mxCell>
        <mxCell id="b7N8K-IMO6jsdH-R55s1-69" value="BuildingAdjacencyGraph" style="edgeLabel;html=1;align=center;verticalAlign=middle;resizable=0;points=[];rotation=0;" vertex="1" connectable="0" parent="b7N8K-IMO6jsdH-R55s1-67">
          <mxGeometry x="-0.1393" y="-2" relative="1" as="geometry">
            <mxPoint x="-19" y="-12" as="offset" />
          </mxGeometry>
        </mxCell>
        <mxCell id="b7N8K-IMO6jsdH-R55s1-70" value="" style="endArrow=classic;html=1;rounded=0;exitX=0.75;exitY=1;exitDx=0;exitDy=0;entryX=0.5;entryY=0;entryDx=0;entryDy=0;" edge="1" parent="1" source="b7N8K-IMO6jsdH-R55s1-64" target="b7N8K-IMO6jsdH-R55s1-65">
          <mxGeometry width="50" height="50" relative="1" as="geometry">
            <mxPoint x="795" y="239.38" as="sourcePoint" />
            <mxPoint x="1000" y="239.38" as="targetPoint" />
          </mxGeometry>
        </mxCell>
        <mxCell id="b7N8K-IMO6jsdH-R55s1-71" value="&lt;span style=&quot;color: rgba(0, 0, 0, 0); font-family: monospace; font-size: 0px; text-align: start; background-color: rgb(251, 251, 251);&quot;&gt;%3CmxGraphModel%3E%3Croot%3E%3CmxCell%20id%3D%220%22%2F%3E%3CmxCell%20id%3D%221%22%20parent%3D%220%22%2F%3E%3CmxCell%20id%3D%222%22%20value%3D%22Stores%22%20style%3D%22edgeLabel%3Bhtml%3D1%3Balign%3Dcenter%3BverticalAlign%3Dmiddle%3Bresizable%3D0%3Bpoints%3D%5B%5D%3B%22%20vertex%3D%221%22%20connectable%3D%220%22%20parent%3D%221%22%3E%3CmxGeometry%20x%3D%2241.54648858596329%22%20y%3D%22283.6299650990096%22%20as%3D%22geometry%22%2F%3E%3C%2FmxCell%3E%3C%2Froot%3E%3C%2FmxGraphModel%3E&lt;/span&gt;&lt;span style=&quot;color: rgba(0, 0, 0, 0); font-family: monospace; font-size: 0px; text-align: start; background-color: rgb(251, 251, 251);&quot;&gt;%3CmxGraphModel%3E%3Croot%3E%3CmxCell%20id%3D%220%22%2F%3E%3CmxCell%20id%3D%221%22%20parent%3D%220%22%2F%3E%3CmxCell%20id%3D%222%22%20value%3D%22Stores%22%20style%3D%22edgeLabel%3Bhtml%3D1%3Balign%3Dcenter%3BverticalAlign%3Dmiddle%3Bresizable%3D0%3Bpoints%3D%5B%5D%3B%22%20vertex%3D%221%22%20connectable%3D%220%22%20parent%3D%221%22%3E%3CmxGeometry%20x%3D%2241.54648858596329%22%20y%3D%22283.6299650990096%22%20as%3D%22geometry%22%2F%3E%3C%2FmxCell%3E%3C%2Froot%3E%3C%2FmxGraphModel%3ES&lt;/span&gt;" style="edgeLabel;html=1;align=center;verticalAlign=middle;resizable=0;points=[];" vertex="1" connectable="0" parent="b7N8K-IMO6jsdH-R55s1-70">
          <mxGeometry x="-0.1154" y="2" relative="1" as="geometry">
            <mxPoint as="offset" />
          </mxGeometry>
        </mxCell>
        <mxCell id="b7N8K-IMO6jsdH-R55s1-72" value="BuildingAdjacencyGraph" style="edgeLabel;html=1;align=center;verticalAlign=middle;resizable=0;points=[];rotation=0;" vertex="1" connectable="0" parent="b7N8K-IMO6jsdH-R55s1-70">
          <mxGeometry x="-0.1393" y="-2" relative="1" as="geometry">
            <mxPoint x="90" y="-21" as="offset" />
          </mxGeometry>
        </mxCell>
        <mxCell id="b7N8K-IMO6jsdH-R55s1-73" value="Graph&amp;nbsp;&lt;span style=&quot;background-color: initial;&quot;&gt;Connection&lt;/span&gt;" style="rounded=0;whiteSpace=wrap;html=1;fillColor=#fff2cc;strokeColor=#d6b656;" vertex="1" parent="1">
          <mxGeometry x="1150" y="350" width="120" height="60" as="geometry" />
        </mxCell>
        <mxCell id="b7N8K-IMO6jsdH-R55s1-74" value="" style="endArrow=diamondThin;html=1;rounded=0;entryX=0;entryY=1;entryDx=0;entryDy=0;endFill=1;startSize=23;endSize=15;exitX=1;exitY=1;exitDx=0;exitDy=0;" edge="1" parent="1" source="b7N8K-IMO6jsdH-R55s1-65" target="b7N8K-IMO6jsdH-R55s1-73">
          <mxGeometry width="50" height="50" relative="1" as="geometry">
            <mxPoint x="1060" y="380" as="sourcePoint" />
            <mxPoint x="1150" y="490" as="targetPoint" />
          </mxGeometry>
        </mxCell>
        <mxCell id="b7N8K-IMO6jsdH-R55s1-75" value="&lt;span style=&quot;color: rgba(0, 0, 0, 0); font-family: monospace; font-size: 0px; text-align: start; background-color: rgb(251, 251, 251);&quot;&gt;%3CmxGraphModel%3E%3Croot%3E%3CmxCell%20id%3D%220%22%2F%3E%3CmxCell%20id%3D%221%22%20parent%3D%220%22%2F%3E%3CmxCell%20id%3D%222%22%20value%3D%22Stores%22%20style%3D%22edgeLabel%3Bhtml%3D1%3Balign%3Dcenter%3BverticalAlign%3Dmiddle%3Bresizable%3D0%3Bpoints%3D%5B%5D%3B%22%20vertex%3D%221%22%20connectable%3D%220%22%20parent%3D%221%22%3E%3CmxGeometry%20x%3D%2241.54648858596329%22%20y%3D%22283.6299650990096%22%20as%3D%22geometry%22%2F%3E%3C%2FmxCell%3E%3C%2Froot%3E%3C%2FmxGraphModel%3E&lt;/span&gt;&lt;span style=&quot;color: rgba(0, 0, 0, 0); font-family: monospace; font-size: 0px; text-align: start; background-color: rgb(251, 251, 251);&quot;&gt;%3CmxGraphModel%3E%3Croot%3E%3CmxCell%20id%3D%220%22%2F%3E%3CmxCell%20id%3D%221%22%20parent%3D%220%22%2F%3E%3CmxCell%20id%3D%222%22%20value%3D%22Stores%22%20style%3D%22edgeLabel%3Bhtml%3D1%3Balign%3Dcenter%3BverticalAlign%3Dmiddle%3Bresizable%3D0%3Bpoints%3D%5B%5D%3B%22%20vertex%3D%221%22%20connectable%3D%220%22%20parent%3D%221%22%3E%3CmxGeometry%20x%3D%2241.54648858596329%22%20y%3D%22283.6299650990096%22%20as%3D%22geometry%22%2F%3E%3C%2FmxCell%3E%3C%2Froot%3E%3C%2FmxGraphModel%3ES&lt;/span&gt;" style="edgeLabel;html=1;align=center;verticalAlign=middle;resizable=0;points=[];" vertex="1" connectable="0" parent="b7N8K-IMO6jsdH-R55s1-74">
          <mxGeometry x="-0.1154" y="2" relative="1" as="geometry">
            <mxPoint as="offset" />
          </mxGeometry>
        </mxCell>
        <mxCell id="b7N8K-IMO6jsdH-R55s1-76" value="Connections" style="edgeLabel;html=1;align=center;verticalAlign=middle;resizable=0;points=[];" vertex="1" connectable="0" parent="b7N8K-IMO6jsdH-R55s1-74">
          <mxGeometry x="-0.1208" y="2" relative="1" as="geometry">
            <mxPoint x="18" y="12" as="offset" />
          </mxGeometry>
        </mxCell>
        <mxCell id="b7N8K-IMO6jsdH-R55s1-77" value="" style="endArrow=classic;html=1;rounded=0;entryX=1;entryY=0;entryDx=0;entryDy=0;exitX=0;exitY=0;exitDx=0;exitDy=0;" edge="1" parent="1" source="b7N8K-IMO6jsdH-R55s1-73" target="b7N8K-IMO6jsdH-R55s1-65">
          <mxGeometry width="50" height="50" relative="1" as="geometry">
            <mxPoint x="1180" y="270" as="sourcePoint" />
            <mxPoint x="1230" y="220" as="targetPoint" />
          </mxGeometry>
        </mxCell>
        <mxCell id="b7N8K-IMO6jsdH-R55s1-78" value="Destination" style="edgeLabel;html=1;align=center;verticalAlign=middle;resizable=0;points=[];" vertex="1" connectable="0" parent="b7N8K-IMO6jsdH-R55s1-77">
          <mxGeometry x="-0.4143" y="-4" relative="1" as="geometry">
            <mxPoint x="-45" y="-6" as="offset" />
          </mxGeometry>
        </mxCell>
        <mxCell id="b7N8K-IMO6jsdH-R55s1-79" value="" style="endArrow=classic;html=1;rounded=0;entryX=1;entryY=0.25;entryDx=0;entryDy=0;exitX=0;exitY=0.25;exitDx=0;exitDy=0;" edge="1" parent="1" source="b7N8K-IMO6jsdH-R55s1-73" target="b7N8K-IMO6jsdH-R55s1-65">
          <mxGeometry width="50" height="50" relative="1" as="geometry">
            <mxPoint x="1160" y="370" as="sourcePoint" />
            <mxPoint x="1040" y="385" as="targetPoint" />
          </mxGeometry>
        </mxCell>
        <mxCell id="b7N8K-IMO6jsdH-R55s1-80" value="Source" style="edgeLabel;html=1;align=center;verticalAlign=middle;resizable=0;points=[];" vertex="1" connectable="0" parent="b7N8K-IMO6jsdH-R55s1-79">
          <mxGeometry x="-0.4143" y="-4" relative="1" as="geometry">
            <mxPoint x="-51" y="14" as="offset" />
          </mxGeometry>
        </mxCell>
        <mxCell id="b7N8K-IMO6jsdH-R55s1-82" value="" style="endArrow=classic;html=1;rounded=0;entryX=0;entryY=0.25;entryDx=0;entryDy=0;exitX=1;exitY=0.25;exitDx=0;exitDy=0;" edge="1" parent="1" source="b7N8K-IMO6jsdH-R55s1-66" target="b7N8K-IMO6jsdH-R55s1-65">
          <mxGeometry width="50" height="50" relative="1" as="geometry">
            <mxPoint x="1165" y="320" as="sourcePoint" />
            <mxPoint x="1050" y="320" as="targetPoint" />
          </mxGeometry>
        </mxCell>
        <mxCell id="b7N8K-IMO6jsdH-R55s1-83" value="Node" style="edgeLabel;html=1;align=center;verticalAlign=middle;resizable=0;points=[];" vertex="1" connectable="0" parent="b7N8K-IMO6jsdH-R55s1-82">
          <mxGeometry x="-0.4143" y="-4" relative="1" as="geometry">
            <mxPoint x="1" y="-9" as="offset" />
          </mxGeometry>
        </mxCell>
        <mxCell id="b7N8K-IMO6jsdH-R55s1-87" value="" style="endArrow=classic;html=1;rounded=0;exitX=0;exitY=1;exitDx=0;exitDy=0;dashed=1;entryX=1;entryY=0;entryDx=0;entryDy=0;" edge="1" parent="1" source="b7N8K-IMO6jsdH-R55s1-64" target="b7N8K-IMO6jsdH-R55s1-66">
          <mxGeometry width="50" height="50" relative="1" as="geometry">
            <mxPoint x="495" y="440" as="sourcePoint" />
            <mxPoint x="840" y="300" as="targetPoint" />
          </mxGeometry>
        </mxCell>
        <mxCell id="b7N8K-IMO6jsdH-R55s1-88" value="&lt;span style=&quot;color: rgba(0, 0, 0, 0); font-family: monospace; font-size: 0px; text-align: start; background-color: rgb(251, 251, 251);&quot;&gt;%3CmxGraphModel%3E%3Croot%3E%3CmxCell%20id%3D%220%22%2F%3E%3CmxCell%20id%3D%221%22%20parent%3D%220%22%2F%3E%3CmxCell%20id%3D%222%22%20value%3D%22Stores%22%20style%3D%22edgeLabel%3Bhtml%3D1%3Balign%3Dcenter%3BverticalAlign%3Dmiddle%3Bresizable%3D0%3Bpoints%3D%5B%5D%3B%22%20vertex%3D%221%22%20connectable%3D%220%22%20parent%3D%221%22%3E%3CmxGeometry%20x%3D%2241.54648858596329%22%20y%3D%22283.6299650990096%22%20as%3D%22geometry%22%2F%3E%3C%2FmxCell%3E%3C%2Froot%3E%3C%2FmxGraphModel%3E&lt;/span&gt;&lt;span style=&quot;color: rgba(0, 0, 0, 0); font-family: monospace; font-size: 0px; text-align: start; background-color: rgb(251, 251, 251);&quot;&gt;%3CmxGraphModel%3E%3Croot%3E%3CmxCell%20id%3D%220%22%2F%3E%3CmxCell%20id%3D%221%22%20parent%3D%220%22%2F%3E%3CmxCell%20id%3D%222%22%20value%3D%22Stores%22%20style%3D%22edgeLabel%3Bhtml%3D1%3Balign%3Dcenter%3BverticalAlign%3Dmiddle%3Bresizable%3D0%3Bpoints%3D%5B%5D%3B%22%20vertex%3D%221%22%20connectable%3D%220%22%20parent%3D%221%22%3E%3CmxGeometry%20x%3D%2241.54648858596329%22%20y%3D%22283.6299650990096%22%20as%3D%22geometry%22%2F%3E%3C%2FmxCell%3E%3C%2Froot%3E%3C%2FmxGraphModel%3ES&lt;/span&gt;" style="edgeLabel;html=1;align=center;verticalAlign=middle;resizable=0;points=[];" vertex="1" connectable="0" parent="b7N8K-IMO6jsdH-R55s1-87">
          <mxGeometry x="-0.1154" y="2" relative="1" as="geometry">
            <mxPoint as="offset" />
          </mxGeometry>
        </mxCell>
        <mxCell id="b7N8K-IMO6jsdH-R55s1-89" value="Create" style="edgeLabel;html=1;align=center;verticalAlign=middle;resizable=0;points=[];" vertex="1" connectable="0" parent="b7N8K-IMO6jsdH-R55s1-87">
          <mxGeometry x="-0.1208" y="2" relative="1" as="geometry">
            <mxPoint as="offset" />
          </mxGeometry>
        </mxCell>
        <mxCell id="b7N8K-IMO6jsdH-R55s1-91" value="" style="endArrow=classic;html=1;rounded=0;exitX=1;exitY=0;exitDx=0;exitDy=0;dashed=1;entryX=0;entryY=1;entryDx=0;entryDy=0;" edge="1" parent="1" source="b7N8K-IMO6jsdH-R55s1-14" target="b7N8K-IMO6jsdH-R55s1-66">
          <mxGeometry width="50" height="50" relative="1" as="geometry">
            <mxPoint x="990" y="220" as="sourcePoint" />
            <mxPoint x="850" y="320" as="targetPoint" />
          </mxGeometry>
        </mxCell>
        <mxCell id="b7N8K-IMO6jsdH-R55s1-92" value="&lt;span style=&quot;color: rgba(0, 0, 0, 0); font-family: monospace; font-size: 0px; text-align: start; background-color: rgb(251, 251, 251);&quot;&gt;%3CmxGraphModel%3E%3Croot%3E%3CmxCell%20id%3D%220%22%2F%3E%3CmxCell%20id%3D%221%22%20parent%3D%220%22%2F%3E%3CmxCell%20id%3D%222%22%20value%3D%22Stores%22%20style%3D%22edgeLabel%3Bhtml%3D1%3Balign%3Dcenter%3BverticalAlign%3Dmiddle%3Bresizable%3D0%3Bpoints%3D%5B%5D%3B%22%20vertex%3D%221%22%20connectable%3D%220%22%20parent%3D%221%22%3E%3CmxGeometry%20x%3D%2241.54648858596329%22%20y%3D%22283.6299650990096%22%20as%3D%22geometry%22%2F%3E%3C%2FmxCell%3E%3C%2Froot%3E%3C%2FmxGraphModel%3E&lt;/span&gt;&lt;span style=&quot;color: rgba(0, 0, 0, 0); font-family: monospace; font-size: 0px; text-align: start; background-color: rgb(251, 251, 251);&quot;&gt;%3CmxGraphModel%3E%3Croot%3E%3CmxCell%20id%3D%220%22%2F%3E%3CmxCell%20id%3D%221%22%20parent%3D%220%22%2F%3E%3CmxCell%20id%3D%222%22%20value%3D%22Stores%22%20style%3D%22edgeLabel%3Bhtml%3D1%3Balign%3Dcenter%3BverticalAlign%3Dmiddle%3Bresizable%3D0%3Bpoints%3D%5B%5D%3B%22%20vertex%3D%221%22%20connectable%3D%220%22%20parent%3D%221%22%3E%3CmxGeometry%20x%3D%2241.54648858596329%22%20y%3D%22283.6299650990096%22%20as%3D%22geometry%22%2F%3E%3C%2FmxCell%3E%3C%2Froot%3E%3C%2FmxGraphModel%3ES&lt;/span&gt;" style="edgeLabel;html=1;align=center;verticalAlign=middle;resizable=0;points=[];" vertex="1" connectable="0" parent="b7N8K-IMO6jsdH-R55s1-91">
          <mxGeometry x="-0.1154" y="2" relative="1" as="geometry">
            <mxPoint as="offset" />
          </mxGeometry>
        </mxCell>
        <mxCell id="b7N8K-IMO6jsdH-R55s1-95" value="Uses" style="edgeLabel;html=1;align=center;verticalAlign=middle;resizable=0;points=[];" vertex="1" connectable="0" parent="b7N8K-IMO6jsdH-R55s1-91">
          <mxGeometry x="-0.2082" relative="1" as="geometry">
            <mxPoint x="16" y="6" as="offset" />
          </mxGeometry>
        </mxCell>
      </root>
    </mxGraphModel>
  </diagram>
</mxfile>
